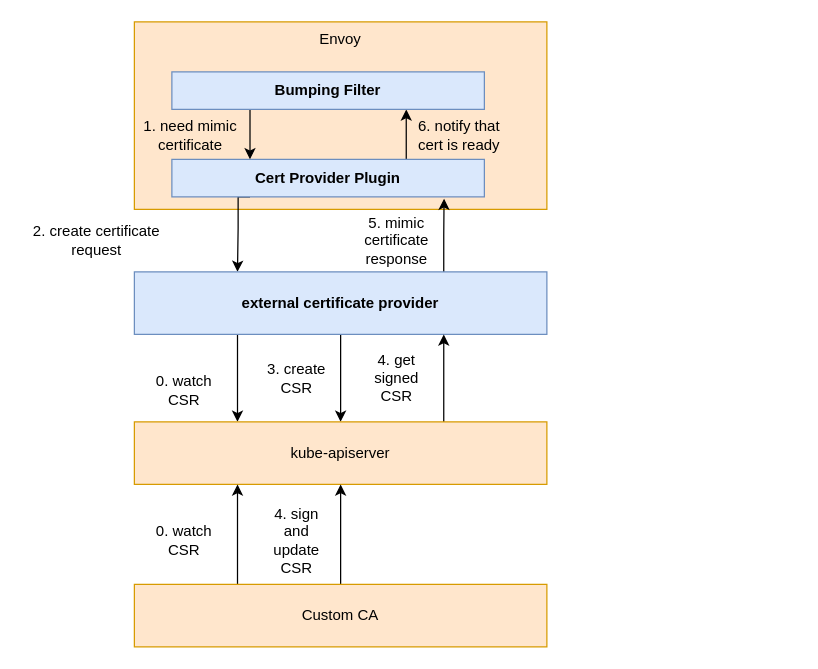
Before: SDL-tls-bumping-controlplane.drawio in LuyaoZhong/Figures, a draw.io diagram. Source tidied: cells renumbered, new cells numbered last; positions are measured from the earlier drawing's top-left corner, leaving out a move shared by most shapes. Both pictures are drawn from the tidied source at 125%, with x=0, y=0 at pixel (21, 21).
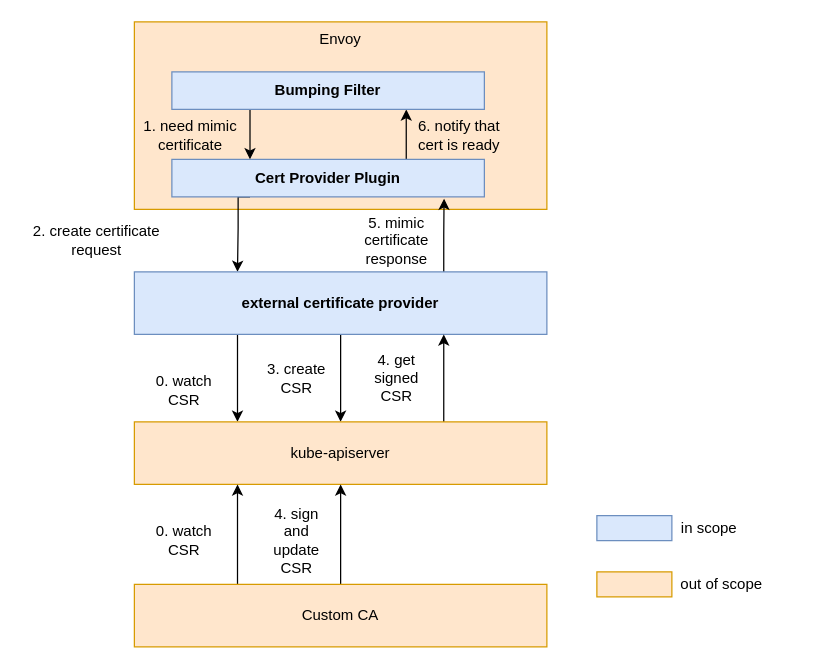
The same page after the edit.

What changed in the source:
```diff
@@
+    <mxCell id="26" style="rounded=0;whiteSpace=wrap;html=1;fillColor=#dae8fc;strokeColor=#6c8ebf;strokeWidth=1;" parent="1" vertex="1">
+      <mxGeometry x="460" y="395" width="60" height="20" as="geometry" />
+    </mxCell>
+    <mxCell id="27" value="in scope" style="text;html=1;strokeColor=none;fillColor=none;align=center;verticalAlign=middle;whiteSpace=wrap;rounded=0;" parent="1" vertex="1">
+      <mxGeometry x="500" y="390" width="100" height="30" as="geometry" />
+    </mxCell>
+    <mxCell id="28" style="rounded=0;whiteSpace=wrap;html=1;strokeColor=#d79b00;fillColor=#ffe6cc;" parent="1" vertex="1">
+      <mxGeometry x="460" y="440" width="60" height="20" as="geometry" />
+    </mxCell>
+    <mxCell id="29" value="out of scope" style="text;html=1;strokeColor=none;fillColor=none;align=center;verticalAlign=middle;whiteSpace=wrap;rounded=0;" parent="1" vertex="1">
+      <mxGeometry x="500" y="435" width="120" height="30" as="geometry" />
+    </mxCell>
```
